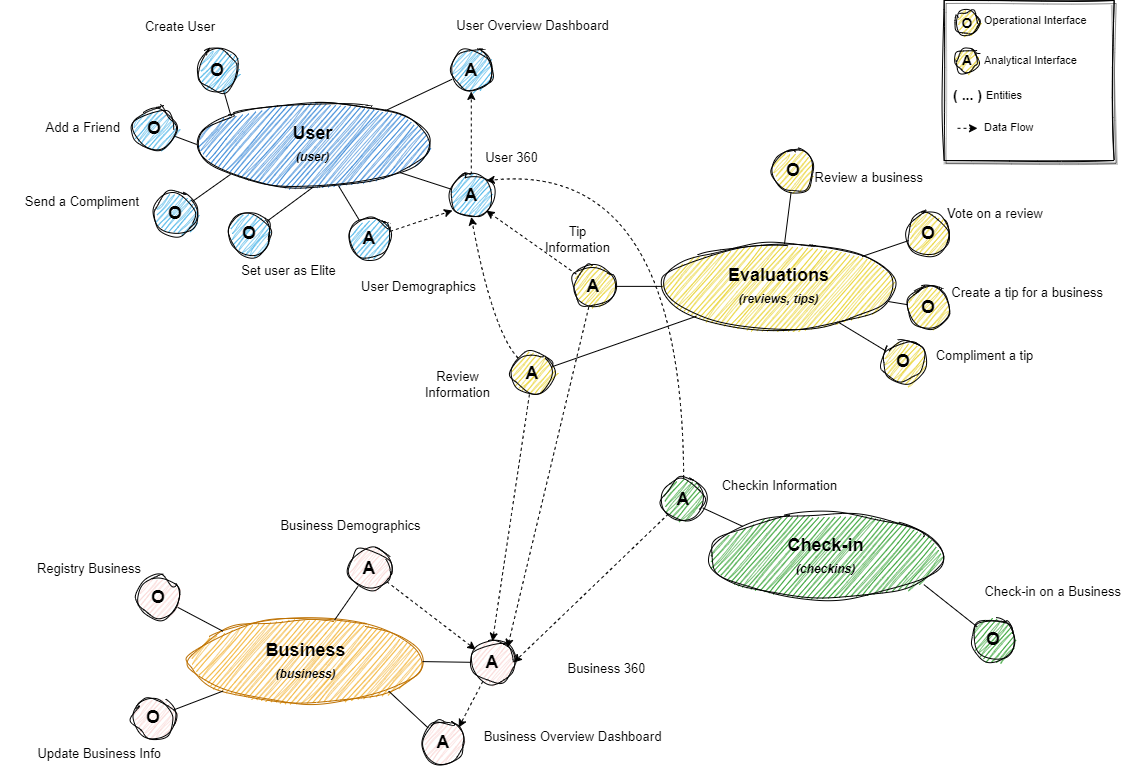
Before: docs/_static/products/logical-architecture.drawio.png, a diagram exported from draw.io (limagbz/data-mesh-yelp). Source tidied: cells renumbered, new cells last; positions are measured from the earlier drawing's top-left corner, leaving out a move shared by most shapes.
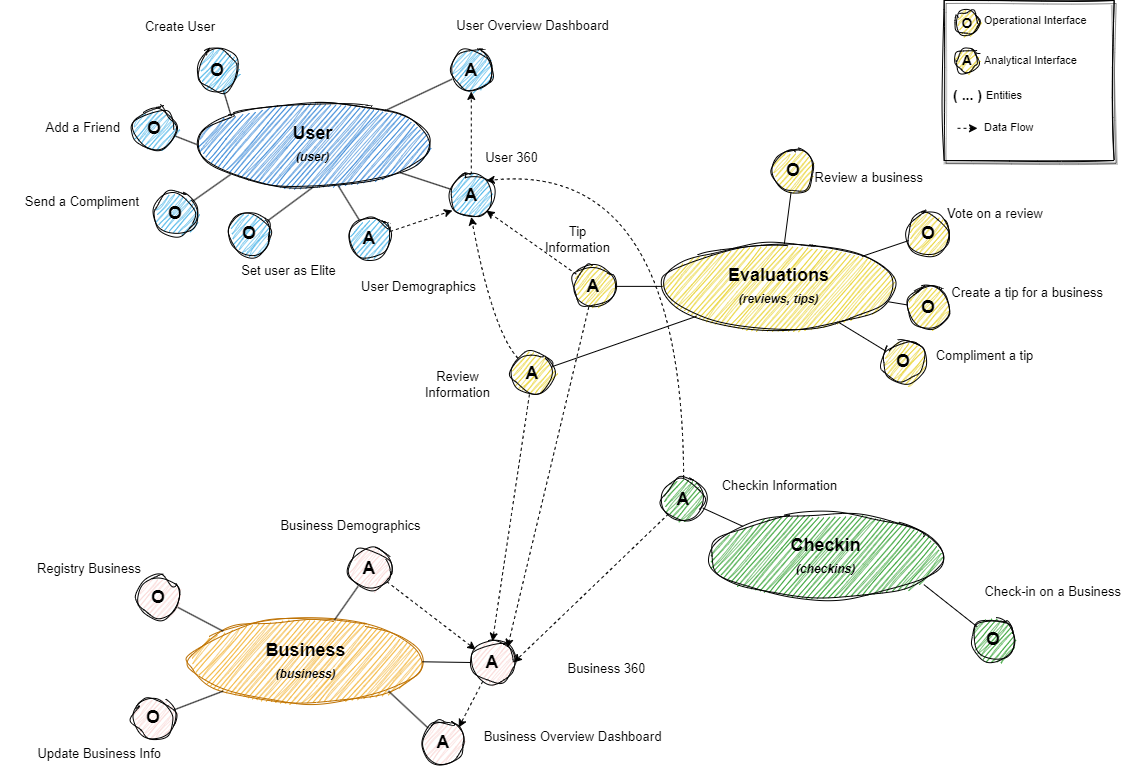
The same file after the commit.

Commit message:
docs(logical-architecture): update domain names to maintain standards

What changed in the source:
```diff
@@ -5,7 +5,7 @@
     <mxCell id="2" value="Business&lt;br&gt;&lt;i style=&quot;border-color: var(--border-color); font-size: 12px;&quot;&gt;(business)&lt;/i&gt;" style="ellipse;whiteSpace=wrap;html=1;fontStyle=1;fontFamily=Helvetica;fontSize=18;horizontal=1;sketch=1;curveFitting=1;jiggle=2;fillColor=#f0a30a;strokeColor=#BD7000;fontColor=#000000;" parent="1" vertex="1">
       <mxGeometry x="188.7" y="618.2" width="233.3" height="84.9" as="geometry" />
     </mxCell>
-    <mxCell id="3" value="Check-in&lt;br&gt;&lt;i style=&quot;border-color: var(--border-color); font-size: 12px;&quot;&gt;(checkins)&lt;/i&gt;" style="ellipse;whiteSpace=wrap;html=1;fontStyle=1;fontFamily=Helvetica;fontSize=18;horizontal=1;sketch=1;curveFitting=1;jiggle=2;fillColor=#008a00;fontColor=#000000;strokeColor=#000000;" parent="1" vertex="1">
+    <mxCell id="3" value="Checkin&lt;br&gt;&lt;i style=&quot;border-color: var(--border-color); font-size: 12px;&quot;&gt;(checkins)&lt;/i&gt;" style="ellipse;whiteSpace=wrap;html=1;fontStyle=1;fontFamily=Helvetica;fontSize=18;horizontal=1;sketch=1;curveFitting=1;jiggle=2;fillColor=#008a00;fontColor=#000000;strokeColor=#000000;" parent="1" vertex="1">
       <mxGeometry x="708.7" y="513.5" width="233.3" height="84.9" as="geometry" />
     </mxCell>
     <mxCell id="4" style="edgeStyle=none;html=1;entryX=0;entryY=0;entryDx=0;entryDy=0;fontColor=#000000;endArrow=none;endFill=0;" parent="1" edge="1" source="5" target="2">
```
